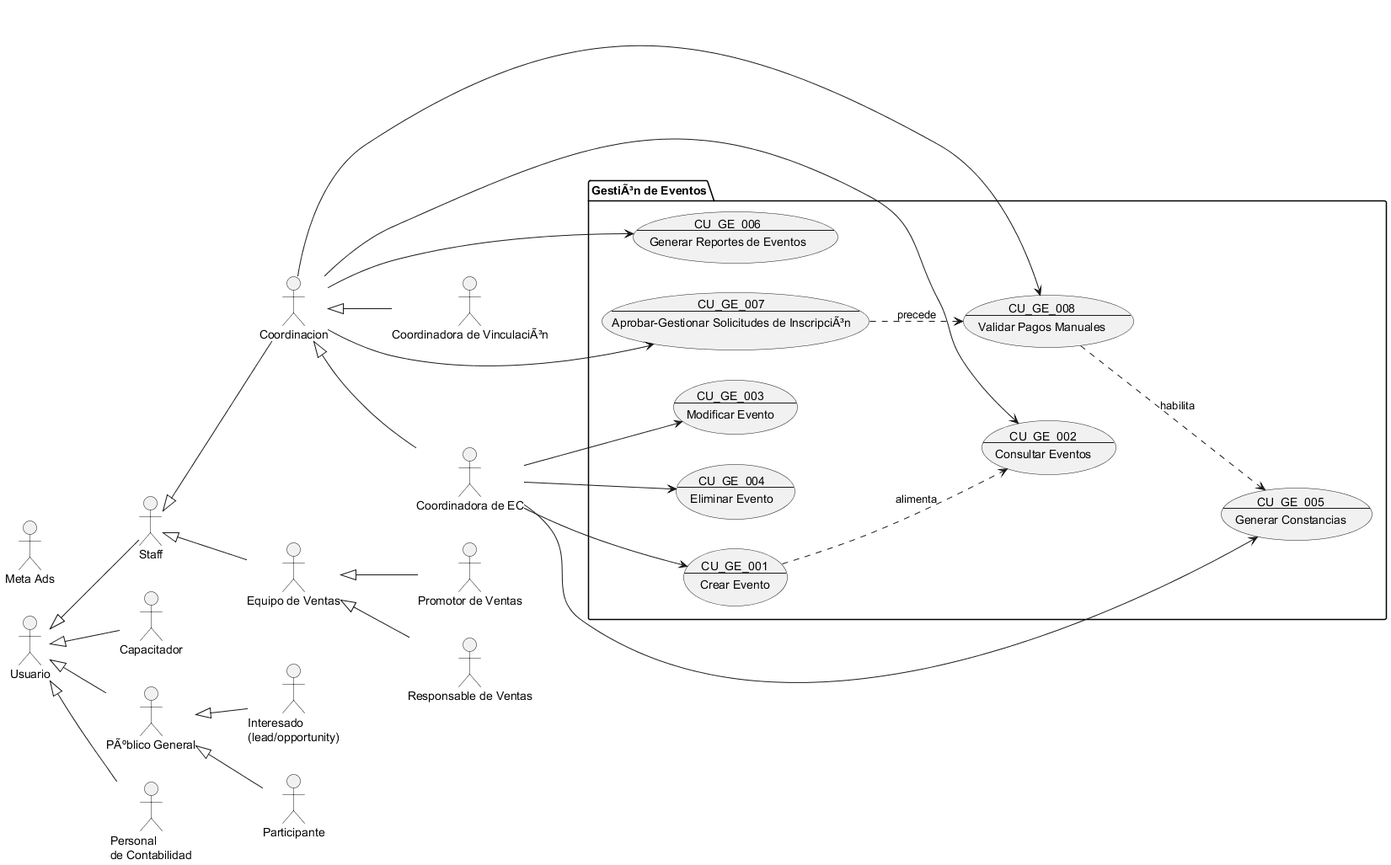
Before: Docs/Requerimientos/Diagramas/img/Gestión de Eventos.png, a diagram exported from PlantUML (Proyectos-Vinculacion-FMAT/ECFCA).
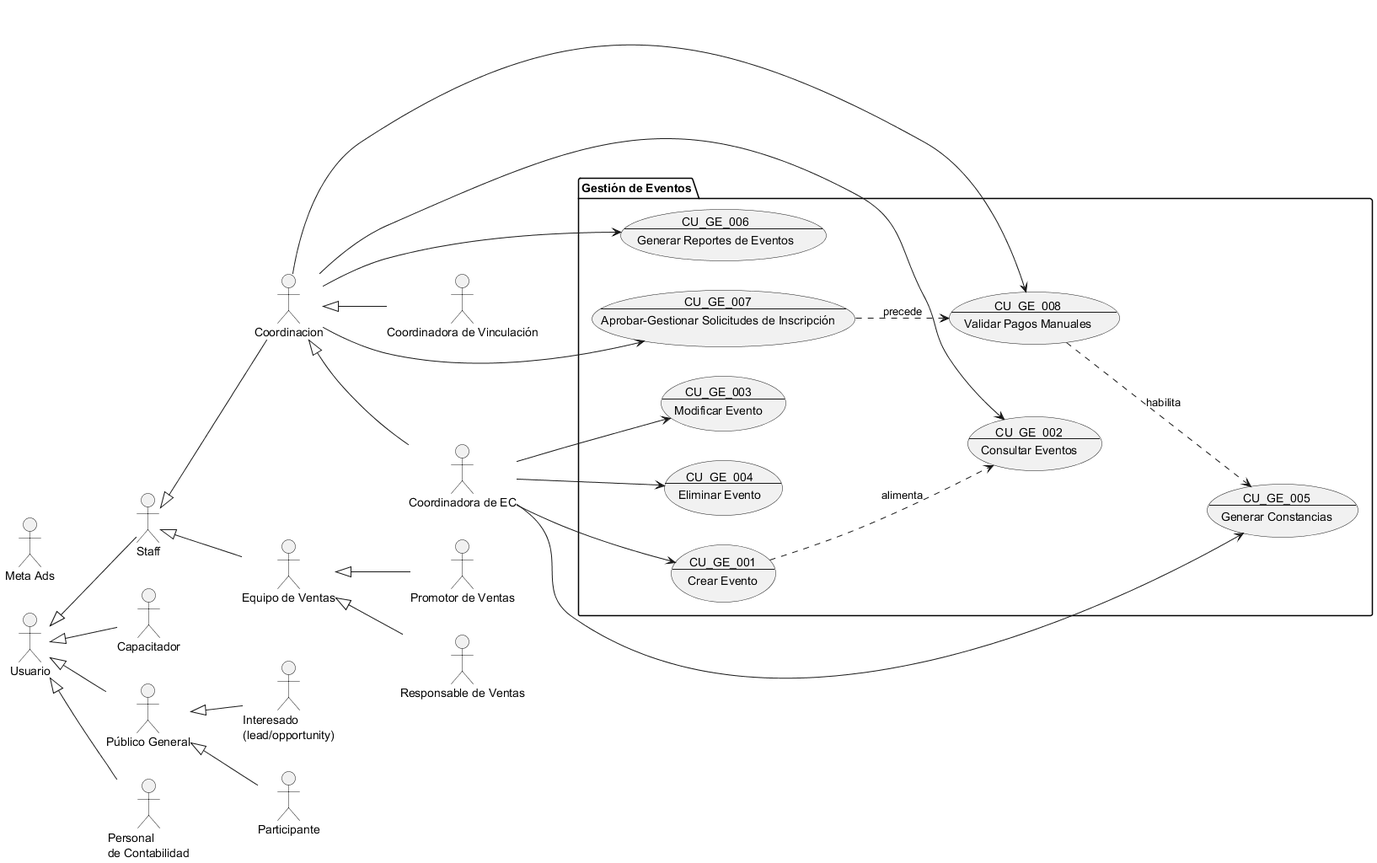
Later version of the same file.

Change to the diagram source:
```diff
@@ -1,8 +1,8 @@
-@startuml GestiÃ³n de Eventos
+@startuml Gestión de Eventos
 
 !include Actores.puml
 
-package "GestiÃ³n de Eventos" {
+package "Gestión de Eventos" {
 
     usecase CU_GE_001 as "
     CU_GE_001
@@ -28,7 +28,7 @@
     usecase CU_GE_007 as "
     CU_GE_007
     ---
-    Aprobar-Gestionar Solicitudes de InscripciÃ³n
+    Aprobar-Gestionar Solicitudes de Inscripción
     "
     usecase CU_GE_008 as "
     CU_GE_008
```
